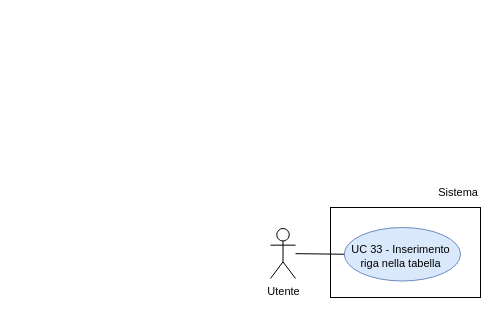
thebitless-group-swe/thebitless.github.io keeps this draw.io diagram as RTB/doc_esterna/analisi-dei-requisiti/assets/draw.io/UC33.drawio. Above is the earlier version. Source tidied: cells renumbered, new cells numbered last; positions are measured from the earlier drawing's top-left corner, leaving out a move shared by most shapes. Both pictures are drawn from the tidied source at 100%, with x=0, y=0 at pixel (270, 177).
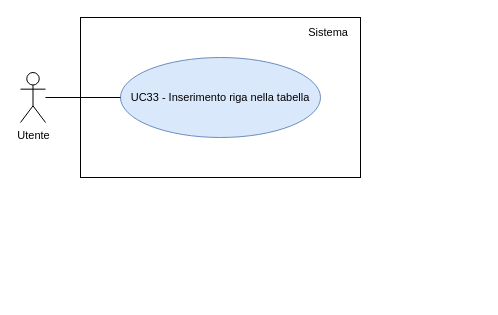
The same diagram, later.

Change to the diagram source:
```diff
@@
 <mxGraphModel>
   <root>
     <mxCell id="0" />
     <mxCell id="1" parent="0" />
     <mxCell id="2" value="Utente" style="shape=umlActor;verticalLabelPosition=bottom;verticalAlign=top;html=1;outlineConnect=0;fontSize=11;" parent="1" vertex="1">
-      <mxGeometry y="51" width="25" height="50" as="geometry" />
+      <mxGeometry x="-250" y="-105" width="25" height="50" as="geometry" />
     </mxCell>
-    <mxCell id="3" style="rounded=0;whiteSpace=wrap;html=1;strokeWidth=1;" parent="1" vertex="1">
-      <mxGeometry x="60" y="30" width="150" height="90" as="geometry" />
-    </mxCell>
+    <mxCell id="8" style="rounded=0;whiteSpace=wrap;html=1;strokeWidth=1;" parent="1" vertex="1">
+      <mxGeometry x="-190" y="-160" width="280" height="160" as="geometry" />
+    </mxCell>
     <mxCell id="4" value="Sistema" style="text;html=1;whiteSpace=wrap;strokeColor=none;fillColor=none;align=right;verticalAlign=middle;fontSize=11;" parent="1" vertex="1">
-      <mxGeometry x="150" width="60" height="30" as="geometry" />
+      <mxGeometry x="10" y="-155" width="70" height="20" as="geometry" />
     </mxCell>
-    <mxCell id="5" value="UC 33 - Inserimento&amp;nbsp; riga nella tabella&amp;nbsp;" style="ellipse;whiteSpace=wrap;html=1;fillColor=#dae8fc;strokeColor=#6c8ebf;fontSize=11;spacingBottom=-5;spacingLeft=0;" parent="1" vertex="1">
-      <mxGeometry x="73.8" y="50" width="116.2" height="53.5" as="geometry" />
-    </mxCell>
-    <mxCell id="6" style="edgeStyle=none;rounded=0;jettySize=auto;html=1;endArrow=none;endFill=0;" parent="1" edge="1" source="2" target="5">
-      <mxGeometry relative="1" as="geometry" />
-    </mxCell>
-    <mxCell id="7" style="edgeStyle=orthogonalEdgeStyle;rounded=0;orthogonalLoop=1;jettySize=auto;html=1;exitX=0.5;exitY=1;exitDx=0;exitDy=0;" parent="1" edge="1" source="4" target="4">
-      <mxGeometry relative="1" as="geometry" />
-    </mxCell>
+    <mxCell id="9" value="UC33 - Inserimento riga nella tabella" style="ellipse;whiteSpace=wrap;html=1;fillColor=#dae8fc;strokeColor=#6c8ebf;fontSize=11;" parent="1" vertex="1">
+      <mxGeometry x="-150" y="-120" width="200" height="80" as="geometry" />
+    </mxCell>
+    <mxCell id="10" style="edgeStyle=none;rounded=0;jettySize=auto;html=1;endArrow=none;endFill=0;" parent="1" edge="1" source="2" target="9">
+      <mxGeometry relative="1" as="geometry" />
+    </mxCell>
   </root>
 </mxGraphModel>
```
